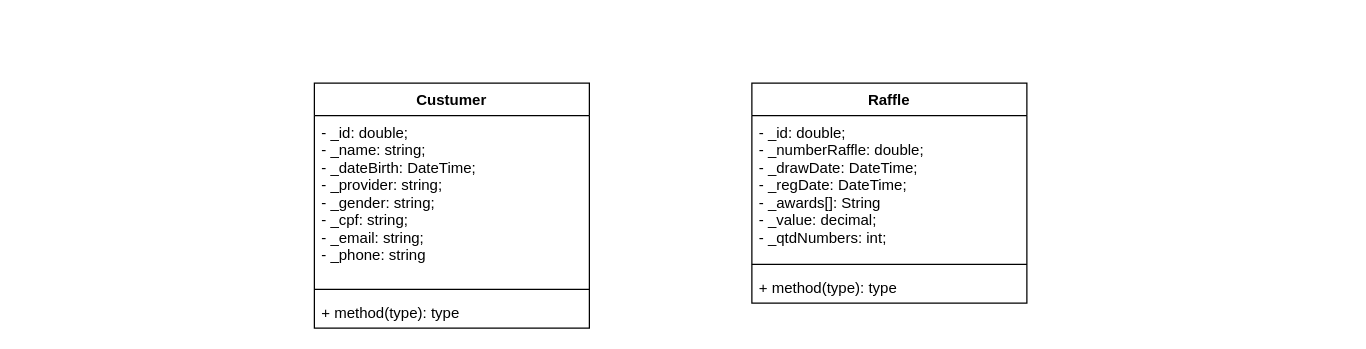
itorisaias/rifinha keeps this draw.io diagram as docs/diagram_uml.drawio. Above is the earlier version. Source tidied: cells renumbered, new cells numbered last; positions are measured from the earlier drawing's top-left corner, leaving out a move shared by most shapes. Both pictures are drawn from the tidied source at 125%, with x=0, y=0 at pixel (314, 82).
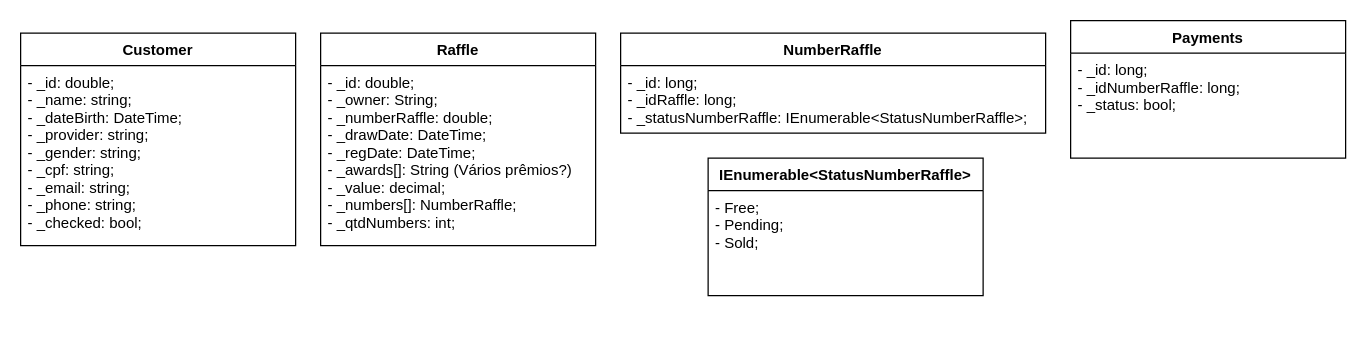
The same page after the edit.

Commit message (it also covers changes not shown here):
criacao de diagrama de classes

Diff of the diagram source:
```diff
@@
 <mxGraphModel>
   <root>
     <mxCell id="0" />
     <mxCell id="1" parent="0" />
-    <mxCell id="2" value="Custumer" style="swimlane;fontStyle=1;align=center;verticalAlign=top;horizontal=1;startSize=26;" parent="1" vertex="1">
-      <mxGeometry width="220" height="196" as="geometry" />
+    <mxCell id="2" value="Customer" style="swimlane;fontStyle=1;align=center;verticalAlign=top;horizontal=1;startSize=26;" parent="1" vertex="1">
+      <mxGeometry x="-235" y="-40" width="220" height="170" as="geometry" />
     </mxCell>
-    <mxCell id="3" value="- _id: double;&#10;- _name: string;&#10;- _dateBirth: DateTime;&#10;- _provider: string;&#10;- _gender: string;&#10;- _cpf: string;&#10;- _email: string;&#10;- _phone: string" style="text;strokeColor=none;fillColor=none;align=left;verticalAlign=top;spacingLeft=4;spacingRight=4;overflow=hidden;" parent="2" vertex="1">
-      <mxGeometry y="26" width="220" height="134" as="geometry" />
+    <mxCell id="3" value="- _id: double;&#10;- _name: string;&#10;- _dateBirth: DateTime;&#10;- _provider: string;&#10;- _gender: string;&#10;- _cpf: string;&#10;- _email: string;&#10;- _phone: string;&#10;- _checked: bool;" style="text;strokeColor=none;fillColor=none;align=left;verticalAlign=top;spacingLeft=4;spacingRight=4;overflow=hidden;" parent="2" vertex="1">
+      <mxGeometry y="26" width="220" height="144" as="geometry" />
     </mxCell>
-    <mxCell id="4" style="line;strokeWidth=1;fillColor=none;align=left;verticalAlign=middle;spacingTop=-1;spacingLeft=3;spacingRight=3;labelPosition=right;strokeColor=inherit;" parent="2" vertex="1">
-      <mxGeometry y="160" width="220" height="10" as="geometry" />
-    </mxCell>
-    <mxCell id="5" value="+ method(type): type" style="text;strokeColor=none;fillColor=none;align=left;verticalAlign=top;spacingLeft=4;spacingRight=4;overflow=hidden;" parent="2" vertex="1">
-      <mxGeometry y="170" width="220" height="26" as="geometry" />
-    </mxCell>
     <mxCell id="6" value="Raffle" style="swimlane;fontStyle=1;align=center;verticalAlign=top;horizontal=1;startSize=26;" parent="1" vertex="1">
-      <mxGeometry x="350" width="220" height="176" as="geometry" />
+      <mxGeometry x="5" y="-40" width="220" height="170" as="geometry" />
     </mxCell>
-    <mxCell id="7" value="- _id: double;&#10;- _numberRaffle: double;&#10;- _drawDate: DateTime;&#10;- _regDate: DateTime;&#10;- _awards[]: String&#10;- _value: decimal;&#10;- _qtdNumbers: int;" style="text;strokeColor=none;fillColor=none;align=left;verticalAlign=top;spacingLeft=4;spacingRight=4;overflow=hidden;" parent="6" vertex="1">
-      <mxGeometry y="26" width="220" height="114" as="geometry" />
+    <mxCell id="7" value="- _id: double;&#10;- _owner: String;&#10;- _numberRaffle: double;&#10;- _drawDate: DateTime;&#10;- _regDate: DateTime;&#10;- _awards[]: String (Vários prêmios?)&#10;- _value: decimal;&#10;- _numbers[]: NumberRaffle;&#10;- _qtdNumbers: int;" style="text;strokeColor=none;fillColor=none;align=left;verticalAlign=top;spacingLeft=4;spacingRight=4;overflow=hidden;" parent="6" vertex="1">
+      <mxGeometry y="26" width="220" height="144" as="geometry" />
     </mxCell>
-    <mxCell id="8" style="line;strokeWidth=1;fillColor=none;align=left;verticalAlign=middle;spacingTop=-1;spacingLeft=3;spacingRight=3;labelPosition=right;strokeColor=inherit;" parent="6" vertex="1">
-      <mxGeometry y="140" width="220" height="10" as="geometry" />
-    </mxCell>
-    <mxCell id="9" value="+ method(type): type" style="text;strokeColor=none;fillColor=none;align=left;verticalAlign=top;spacingLeft=4;spacingRight=4;overflow=hidden;" parent="6" vertex="1">
-      <mxGeometry y="150" width="220" height="26" as="geometry" />
-    </mxCell>
+    <mxCell id="10" value="Payments" style="swimlane;fontStyle=1;align=center;verticalAlign=top;horizontal=1;startSize=26;" parent="1" vertex="1">
+      <mxGeometry x="605" y="-50" width="220" height="110" as="geometry" />
+    </mxCell>
+    <mxCell id="11" value="- _id: long;&#10;- _idNumberRaffle: long;&#10;- _status: bool;" style="text;strokeColor=none;fillColor=none;align=left;verticalAlign=top;spacingLeft=4;spacingRight=4;overflow=hidden;" parent="10" vertex="1">
+      <mxGeometry y="26" width="220" height="84" as="geometry" />
+    </mxCell>
+    <mxCell id="12" value="NumberRaffle" style="swimlane;fontStyle=1;align=center;verticalAlign=top;horizontal=1;startSize=26;" parent="1" vertex="1">
+      <mxGeometry x="245" y="-40" width="340" height="80" as="geometry" />
+    </mxCell>
+    <mxCell id="13" value="- _id: long;&#10;- _idRaffle: long;&#10;- _statusNumberRaffle: IEnumerable&lt;StatusNumberRaffle&gt;;" style="text;strokeColor=none;fillColor=none;align=left;verticalAlign=top;spacingLeft=4;spacingRight=4;overflow=hidden;" parent="12" vertex="1">
+      <mxGeometry y="26" width="340" height="54" as="geometry" />
+    </mxCell>
+    <mxCell id="14" value="IEnumerable&lt;StatusNumberRaffle&gt;" style="swimlane;fontStyle=1;align=center;verticalAlign=top;horizontal=1;startSize=26;" parent="1" vertex="1">
+      <mxGeometry x="315" y="60" width="220" height="110" as="geometry" />
+    </mxCell>
+    <mxCell id="15" value="- Free;&#10;- Pending;&#10;- Sold;" style="text;strokeColor=none;fillColor=none;align=left;verticalAlign=top;spacingLeft=4;spacingRight=4;overflow=hidden;" parent="14" vertex="1">
+      <mxGeometry y="26" width="220" height="84" as="geometry" />
+    </mxCell>
   </root>
 </mxGraphModel>
```
